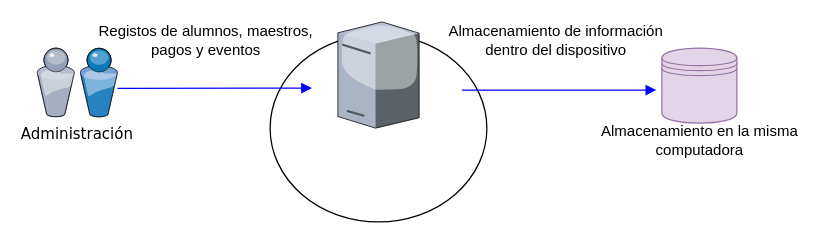
Before: Untitled Diagram.drawio in Luisku1/Programas-Intro-prog., a draw.io diagram. Source tidied: cells renumbered, new cells numbered last; positions are measured from the earlier drawing's top-left corner, leaving out a move shared by most shapes. Both pictures are drawn from the tidied source at 125%, with x=0, y=0 at pixel (36, 21).
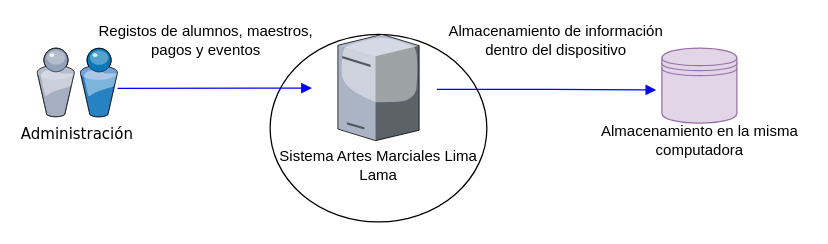
Above is the later version.

Commit message (it also covers changes not shown here):
Diagrama Sistema

The edit, as a diff of the source:
```diff
@@
 <mxGraphModel background="#ffffff">
   <root>
     <mxCell id="0" />
     <mxCell id="1" parent="0" />
     <mxCell id="2" style="ellipse;whiteSpace=wrap;html=1;rounded=0;shadow=0;comic=0;strokeWidth=1;fontFamily=Verdana;" parent="1" vertex="1">
       <mxGeometry x="186.6" y="10" width="173.4" height="150" as="geometry" />
     </mxCell>
     <mxCell id="3" value="Administración" style="verticalLabelPosition=bottom;html=1;verticalAlign=top;strokeColor=none;shape=mxgraph.citrix.users;rounded=0;shadow=0;comic=0;fontFamily=Verdana;" parent="1" vertex="1">
       <mxGeometry y="21" width="64.5" height="55" as="geometry" />
     </mxCell>
     <mxCell id="4" style="verticalLabelPosition=bottom;html=1;verticalAlign=top;strokeColor=none;shape=mxgraph.citrix.tower_server;rounded=0;shadow=0;comic=0;fontFamily=Verdana;" parent="1" vertex="1">
-      <mxGeometry x="240.8" width="65" height="85" as="geometry" />
+      <mxGeometry x="240.8" y="10" width="65" height="85" as="geometry" />
     </mxCell>
     <mxCell id="5" style="rounded=0;html=1;labelBackgroundColor=none;startArrow=none;startFill=0;endArrow=block;endFill=1;strokeColor=#0000FF;strokeWidth=1;fontFamily=Verdana;fontSize=12;" parent="1" edge="1">
       <mxGeometry relative="1" as="geometry">
         <mxPoint x="64.5" y="53.1" as="sourcePoint" />
         <mxPoint x="220" y="53" as="targetPoint" />
       </mxGeometry>
     </mxCell>
     <mxCell id="6" style="rounded=0;html=1;labelBackgroundColor=none;startArrow=none;startFill=0;endArrow=block;endFill=1;strokeColor=#0000FF;strokeWidth=1;fontFamily=Verdana;fontSize=12;" parent="1" edge="1">
       <mxGeometry relative="1" as="geometry">
-        <mxPoint x="340" y="54.6" as="sourcePoint" />
+        <mxPoint x="320" y="54" as="sourcePoint" />
         <mxPoint x="495.5" y="54.5" as="targetPoint" />
+        <Array as="points">
+          <mxPoint x="410" y="54" />
+        </Array>
       </mxGeometry>
     </mxCell>
     <mxCell id="7" style="shape=datastore;whiteSpace=wrap;html=1;fillColor=#e1d5e7;strokeColor=#9673a6;" parent="1" vertex="1">
       <mxGeometry x="500" y="21" width="60" height="60" as="geometry" />
     </mxCell>
     <mxCell id="8" value="Almacenamiento en la misma &lt;br&gt;computadora" style="text;html=1;align=center;verticalAlign=middle;" parent="1" vertex="1">
       <mxGeometry x="445" y="80" width="170" height="30" as="geometry" />
     </mxCell>
     <mxCell id="9" value="Registos de alumnos, maestros, &lt;br&gt;pagos y eventos" style="text;html=1;align=center;verticalAlign=middle;" parent="1" vertex="1">
       <mxGeometry x="40" width="190" height="30" as="geometry" />
     </mxCell>
     <mxCell id="10" value="Almacenamiento de información&lt;br&gt;dentro del dispositivo" style="text;html=1;align=center;verticalAlign=middle;" parent="1" vertex="1">
       <mxGeometry x="320" width="190" height="30" as="geometry" />
     </mxCell>
+    <mxCell id="11" value="Sistema Artes Marciales Lima&lt;br&gt;Lama" style="text;html=1;align=center;verticalAlign=middle;" parent="1" vertex="1">
+      <mxGeometry x="188.3" y="100" width="170" height="30" as="geometry" />
+    </mxCell>
   </root>
 </mxGraphModel>
```
